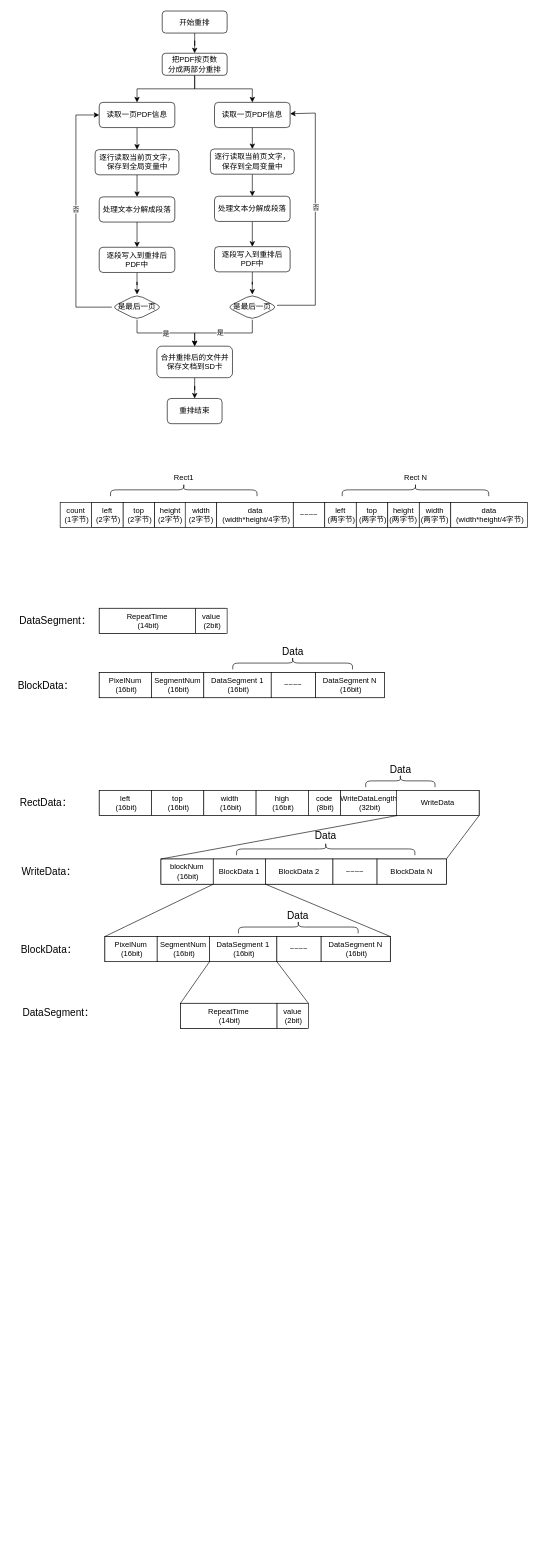
xubinlu/android-journey keeps this draw.io diagram as 两栖手写.drawio. Above is the earlier version. Source tidied: cells renumbered, new cells numbered last; positions are measured from the earlier drawing's top-left corner, leaving out a move shared by most shapes. Both pictures are drawn from the tidied source at 63%, with x=0, y=0 at pixel (11, 11).
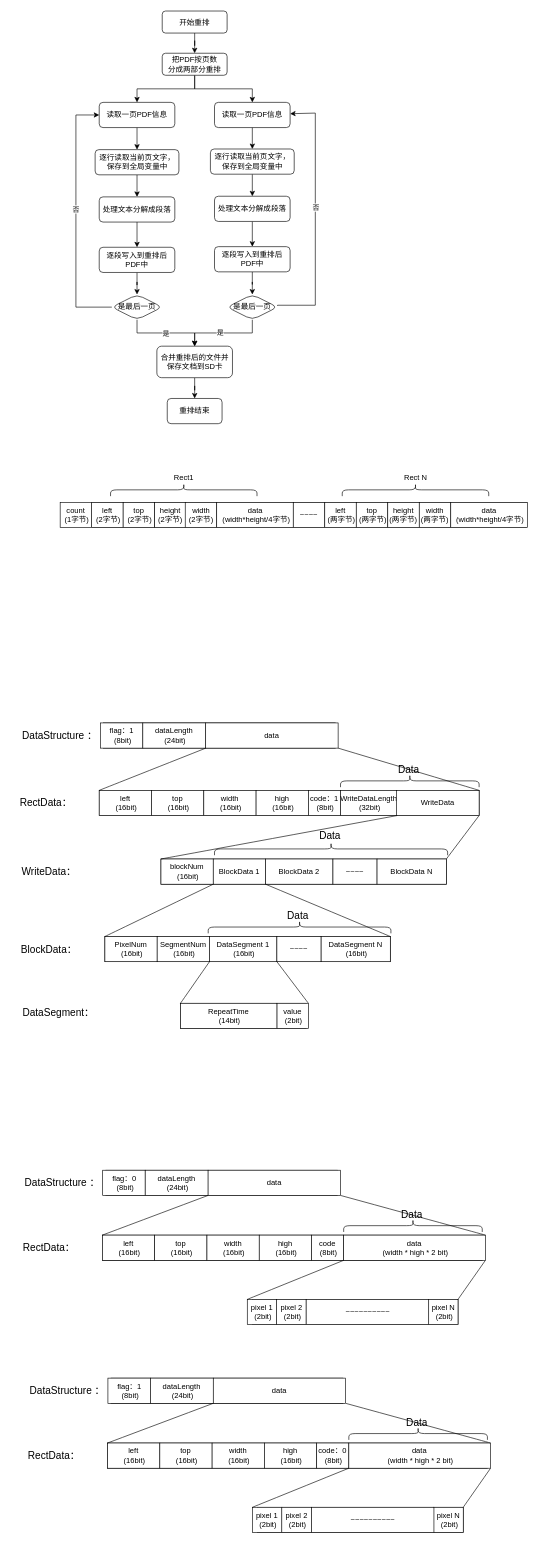
After the change.

Commit message:
更新两栖手写.drawio

Unchanged cells that the change refers to:
```xml
<mxCell id="72" value="&lt;div&gt;left&lt;/div&gt;&lt;div&gt;&amp;nbsp;(16bit)&lt;/div&gt;" style="rounded=0;whiteSpace=wrap;html=1;" parent="1" vertex="1">
  <mxGeometry x="140" y="1237" width="83" height="40" as="geometry" />
</mxCell>
<mxCell id="85" value="&lt;div&gt;WriteData&lt;/div&gt;" style="rounded=0;whiteSpace=wrap;html=1;" parent="1" vertex="1">
  <mxGeometry x="612" y="1237" width="131" height="40" as="geometry" />
</mxCell>
```

Change to the diagram source:
```diff
@@
-    <mxCell id="53" style="rounded=0;whiteSpace=wrap;html=1;" parent="1" vertex="1">
-      <mxGeometry x="140" y="948" width="199.5" height="40" as="geometry" />
-    </mxCell>
-    <mxCell id="54" value="&lt;div&gt;value&lt;/div&gt;&lt;div&gt;&amp;nbsp;(2bit)&lt;/div&gt;" style="rounded=0;whiteSpace=wrap;html=1;" parent="1" vertex="1">
-      <mxGeometry x="293" y="948" width="50" height="40" as="geometry" />
-    </mxCell>
-    <mxCell id="55" value="&lt;div&gt;RepeatTime&lt;/div&gt;&lt;div&gt;&amp;nbsp;(14bit)&lt;/div&gt;" style="rounded=0;whiteSpace=wrap;html=1;" parent="1" vertex="1">
-      <mxGeometry x="140" y="948" width="153" height="40" as="geometry" />
-    </mxCell>
-    <mxCell id="56" value="DataSegment：" style="text;html=1;align=center;verticalAlign=middle;strokeColor=none;fillColor=none;fontSize=16;" parent="1" vertex="1">
-      <mxGeometry y="953" width="140" height="30" as="geometry" />
-    </mxCell>
-    <mxCell id="57" style="rounded=0;whiteSpace=wrap;html=1;" parent="1" vertex="1">
-      <mxGeometry x="140" y="1050" width="453" height="40" as="geometry" />
-    </mxCell>
-    <mxCell id="58" value="&lt;div&gt;PixelNum&lt;/div&gt;&lt;div&gt;&amp;nbsp;(16bit)&lt;/div&gt;" style="rounded=0;whiteSpace=wrap;html=1;" parent="1" vertex="1">
-      <mxGeometry x="140" y="1050" width="83" height="40" as="geometry" />
-    </mxCell>
-    <mxCell id="59" value="BlockData：" style="text;html=1;align=center;verticalAlign=middle;strokeColor=none;fillColor=none;fontSize=16;" parent="1" vertex="1">
-      <mxGeometry y="1055" width="110" height="30" as="geometry" />
-    </mxCell>
-    <mxCell id="60" value="&lt;div&gt;SegmentNum&lt;/div&gt;&lt;div&gt;&amp;nbsp;(16bit)&lt;/div&gt;" style="rounded=0;whiteSpace=wrap;html=1;" parent="1" vertex="1">
-      <mxGeometry x="223" y="1050" width="83" height="40" as="geometry" />
-    </mxCell>
-    <mxCell id="61" value="&lt;div&gt;DataSegment 1&lt;/div&gt;&lt;div&gt;&amp;nbsp;(16bit)&lt;/div&gt;" style="rounded=0;whiteSpace=wrap;html=1;" parent="1" vertex="1">
-      <mxGeometry x="306" y="1050" width="107" height="40" as="geometry" />
-    </mxCell>
-    <mxCell id="62" value="&lt;div&gt;DataSegment N&lt;/div&gt;&lt;div&gt;&amp;nbsp;(16bit)&lt;/div&gt;" style="rounded=0;whiteSpace=wrap;html=1;" parent="1" vertex="1">
-      <mxGeometry x="483" y="1050" width="110" height="40" as="geometry" />
-    </mxCell>
-    <mxCell id="63" value="~~~~" style="rounded=0;whiteSpace=wrap;html=1;" parent="1" vertex="1">
-      <mxGeometry x="413" y="1050" width="70" height="40" as="geometry" />
-    </mxCell>
@@
-    <mxCell id="77" value="&lt;div&gt;code&lt;/div&gt;&lt;div&gt;&amp;nbsp;(8bit)&lt;/div&gt;" style="rounded=0;whiteSpace=wrap;html=1;" parent="1" vertex="1">
+    <mxCell id="77" value="&lt;div&gt;code：1&lt;/div&gt;&lt;div&gt;&amp;nbsp;(8bit)&lt;/div&gt;" style="rounded=0;whiteSpace=wrap;html=1;" parent="1" vertex="1">
       <mxGeometry x="472" y="1237" width="51" height="40" as="geometry" />
     </mxCell>
-    <mxCell id="78" style="shape=curlyBracket;whiteSpace=wrap;html=1;rounded=1;labelPosition=left;verticalLabelPosition=middle;align=right;verticalAlign=middle;rotation=0;direction=south;" parent="1" vertex="1">
-      <mxGeometry x="352" y="1025" width="190" height="20" as="geometry" />
-    </mxCell>
-    <mxCell id="79" value="Data" style="text;html=1;align=center;verticalAlign=middle;strokeColor=none;fillColor=none;fontSize=16;" parent="1" vertex="1">
-      <mxGeometry x="417" y="1001" width="60" height="30" as="geometry" />
-    </mxCell>
     <mxCell id="80" style="shape=curlyBracket;whiteSpace=wrap;html=1;rounded=1;labelPosition=left;verticalLabelPosition=middle;align=right;verticalAlign=middle;rotation=0;direction=south;" parent="1" vertex="1">
-      <mxGeometry x="358" y="1320" width="283" height="20" as="geometry" />
+      <mxGeometry x="323" y="1320" width="370" height="20" as="geometry" />
     </mxCell>
     <mxCell id="81" value="Data" style="text;html=1;align=center;verticalAlign=middle;strokeColor=none;fillColor=none;fontSize=16;" parent="1" vertex="1">
-      <mxGeometry x="468.5" y="1294" width="60" height="30" as="geometry" />
+      <mxGeometry x="475.5" y="1294" width="60" height="30" as="geometry" />
     </mxCell>
     <mxCell id="82" style="shape=curlyBracket;whiteSpace=wrap;html=1;rounded=1;labelPosition=left;verticalLabelPosition=middle;align=right;verticalAlign=middle;rotation=0;direction=south;" parent="1" vertex="1">
-      <mxGeometry x="563" y="1212" width="110" height="20" as="geometry" />
+      <mxGeometry x="523" y="1212" width="220" height="20" as="geometry" />
     </mxCell>
@@
     <mxCell id="84" value="Data" style="text;html=1;align=center;verticalAlign=middle;strokeColor=none;fillColor=none;fontSize=16;" parent="1" vertex="1">
-      <mxGeometry x="588" y="1189" width="60" height="30" as="geometry" />
+      <mxGeometry x="601" y="1189" width="60" height="30" as="geometry" />
     </mxCell>
@@
     <mxCell id="93" style="shape=curlyBracket;whiteSpace=wrap;html=1;rounded=1;labelPosition=left;verticalLabelPosition=middle;align=right;verticalAlign=middle;rotation=0;direction=south;" parent="1" vertex="1">
-      <mxGeometry x="361" y="1444" width="190" height="20" as="geometry" />
+      <mxGeometry x="313" y="1444" width="290" height="20" as="geometry" />
     </mxCell>
@@
+    <mxCell id="105" style="rounded=0;whiteSpace=wrap;html=1;" parent="1" vertex="1">
+      <mxGeometry x="145" y="1943" width="603" height="40" as="geometry" />
+    </mxCell>
+    <mxCell id="106" value="&lt;div&gt;left&lt;/div&gt;&lt;div&gt;&amp;nbsp;(16bit)&lt;/div&gt;" style="rounded=0;whiteSpace=wrap;html=1;" parent="1" vertex="1">
+      <mxGeometry x="145" y="1943" width="83" height="40" as="geometry" />
+    </mxCell>
+    <mxCell id="107" value="RectData：" style="text;html=1;align=center;verticalAlign=middle;strokeColor=none;fillColor=none;fontSize=16;" parent="1" vertex="1">
+      <mxGeometry x="5" y="1948" width="110" height="30" as="geometry" />
+    </mxCell>
+    <mxCell id="108" value="&lt;div&gt;top&lt;/div&gt;&lt;div&gt;&amp;nbsp;(16bit)&lt;/div&gt;" style="rounded=0;whiteSpace=wrap;html=1;" parent="1" vertex="1">
+      <mxGeometry x="228" y="1943" width="83" height="40" as="geometry" />
+    </mxCell>
+    <mxCell id="109" value="&lt;div&gt;width&lt;/div&gt;&lt;div&gt;&amp;nbsp;(16bit)&lt;/div&gt;" style="rounded=0;whiteSpace=wrap;html=1;" parent="1" vertex="1">
+      <mxGeometry x="311" y="1943" width="83" height="40" as="geometry" />
+    </mxCell>
+    <mxCell id="110" value="&lt;div&gt;high&lt;/div&gt;&lt;div&gt;&amp;nbsp;(16bit)&lt;/div&gt;" style="rounded=0;whiteSpace=wrap;html=1;" parent="1" vertex="1">
+      <mxGeometry x="394" y="1943" width="83" height="40" as="geometry" />
+    </mxCell>
+    <mxCell id="111" value="&lt;div&gt;code&lt;/div&gt;&lt;div&gt;&amp;nbsp;(8bit)&lt;/div&gt;" style="rounded=0;whiteSpace=wrap;html=1;" parent="1" vertex="1">
+      <mxGeometry x="477" y="1943" width="51" height="40" as="geometry" />
+    </mxCell>
+    <mxCell id="112" style="shape=curlyBracket;whiteSpace=wrap;html=1;rounded=1;labelPosition=left;verticalLabelPosition=middle;align=right;verticalAlign=middle;rotation=0;direction=south;" parent="1" vertex="1">
+      <mxGeometry x="528" y="1918" width="220" height="20" as="geometry" />
+    </mxCell>
+    <mxCell id="113" value="Data" style="text;html=1;align=center;verticalAlign=middle;strokeColor=none;fillColor=none;fontSize=16;" parent="1" vertex="1">
+      <mxGeometry x="606" y="1895" width="60" height="30" as="geometry" />
+    </mxCell>
+    <mxCell id="114" value="&lt;div&gt;data&lt;/div&gt;&lt;div&gt;&amp;nbsp;(width * high * 2 bit)&lt;/div&gt;" style="rounded=0;whiteSpace=wrap;html=1;" parent="1" vertex="1">
+      <mxGeometry x="528" y="1943" width="225" height="40" as="geometry" />
+    </mxCell>
+    <mxCell id="115" style="rounded=0;whiteSpace=wrap;html=1;" parent="1" vertex="1">
+      <mxGeometry x="383" y="2045" width="326.5" height="40" as="geometry" />
+    </mxCell>
+    <mxCell id="116" value="&lt;div&gt;pixel 1&lt;/div&gt;&lt;div&gt;&amp;nbsp;(2bit)&lt;/div&gt;" style="rounded=0;whiteSpace=wrap;html=1;" parent="1" vertex="1">
+      <mxGeometry x="375" y="2045" width="47" height="40" as="geometry" />
+    </mxCell>
+    <mxCell id="117" value="&lt;div&gt;pixel 2&lt;/div&gt;&lt;div&gt;&amp;nbsp;(2bit)&lt;/div&gt;" style="rounded=0;whiteSpace=wrap;html=1;" parent="1" vertex="1">
+      <mxGeometry x="421.5" y="2045" width="47" height="40" as="geometry" />
+    </mxCell>
+    <mxCell id="118" value="&lt;div&gt;pixel N&lt;/div&gt;&lt;div&gt;&amp;nbsp;(2bit)&lt;/div&gt;" style="rounded=0;whiteSpace=wrap;html=1;" parent="1" vertex="1">
+      <mxGeometry x="662.5" y="2045" width="47" height="40" as="geometry" />
+    </mxCell>
+    <mxCell id="119" style="endArrow=none;html=1;rounded=0;fontSize=12;startSize=8;endSize=8;curved=1;exitX=0;exitY=0;exitDx=0;exitDy=0;entryX=0;entryY=1;entryDx=0;entryDy=0;" parent="1" edge="1" source="116" target="114">
+      <mxGeometry relative="1" as="geometry" />
+    </mxCell>
+    <mxCell id="120" style="endArrow=none;html=1;rounded=0;fontSize=12;startSize=8;endSize=8;curved=1;entryX=1;entryY=1;entryDx=0;entryDy=0;exitX=1;exitY=0;exitDx=0;exitDy=0;" parent="1" edge="1" source="118" target="114">
+      <mxGeometry relative="1" as="geometry" />
+    </mxCell>
+    <mxCell id="121" value="&lt;div&gt;~~~~~~~~~~&lt;/div&gt;" style="rounded=0;whiteSpace=wrap;html=1;" parent="1" vertex="1">
+      <mxGeometry x="468.5" y="2045" width="194.5" height="40" as="geometry" />
+    </mxCell>
+    <mxCell id="122" style="rounded=0;whiteSpace=wrap;html=1;" parent="1" vertex="1">
+      <mxGeometry x="150.5" y="1840" width="368" height="40" as="geometry" />
+    </mxCell>
+    <mxCell id="123" value="&lt;div&gt;flag：0&lt;/div&gt;&lt;div&gt;&amp;nbsp;(8bit)&lt;/div&gt;" style="rounded=0;whiteSpace=wrap;html=1;" parent="1" vertex="1">
+      <mxGeometry x="145.5" y="1840" width="67.5" height="40" as="geometry" />
+    </mxCell>
+    <mxCell id="124" value="DataStructure ：" style="text;html=1;align=center;verticalAlign=middle;strokeColor=none;fillColor=none;fontSize=16;" parent="1" vertex="1">
+      <mxGeometry x="10.5" y="1845" width="140" height="30" as="geometry" />
+    </mxCell>
+    <mxCell id="125" value="&lt;div&gt;dataLength&lt;/div&gt;&lt;div&gt;&amp;nbsp;(24bit)&lt;/div&gt;" style="rounded=0;whiteSpace=wrap;html=1;" parent="1" vertex="1">
+      <mxGeometry x="213" y="1840" width="100" height="40" as="geometry" />
+    </mxCell>
+    <mxCell id="126" value="&lt;div&gt;data&lt;/div&gt;" style="rounded=0;whiteSpace=wrap;html=1;" parent="1" vertex="1">
+      <mxGeometry x="312.8" y="1840" width="210.2" height="40" as="geometry" />
+    </mxCell>
+    <mxCell id="127" style="endArrow=none;html=1;rounded=0;fontSize=12;startSize=8;endSize=8;curved=1;exitX=0;exitY=0;exitDx=0;exitDy=0;entryX=0;entryY=1;entryDx=0;entryDy=0;" parent="1" edge="1" source="106" target="126">
+      <mxGeometry relative="1" as="geometry" />
+    </mxCell>
+    <mxCell id="128" style="endArrow=none;html=1;rounded=0;fontSize=12;startSize=8;endSize=8;curved=1;exitX=1;exitY=0;exitDx=0;exitDy=0;entryX=1;entryY=1;entryDx=0;entryDy=0;" parent="1" edge="1" source="114" target="126">
+      <mxGeometry relative="1" as="geometry" />
+    </mxCell>
+    <mxCell id="129" style="rounded=0;whiteSpace=wrap;html=1;" parent="1" vertex="1">
+      <mxGeometry x="153.2" y="2273" width="603" height="40" as="geometry" />
+    </mxCell>
+    <mxCell id="130" value="&lt;div&gt;left&lt;/div&gt;&lt;div&gt;&amp;nbsp;(16bit)&lt;/div&gt;" style="rounded=0;whiteSpace=wrap;html=1;" parent="1" vertex="1">
+      <mxGeometry x="153.2" y="2273" width="83" height="40" as="geometry" />
+    </mxCell>
+    <mxCell id="131" value="RectData：" style="text;html=1;align=center;verticalAlign=middle;strokeColor=none;fillColor=none;fontSize=16;" parent="1" vertex="1">
+      <mxGeometry x="13.2" y="2278" width="110" height="30" as="geometry" />
+    </mxCell>
+    <mxCell id="132" value="&lt;div&gt;top&lt;/div&gt;&lt;div&gt;&amp;nbsp;(16bit)&lt;/div&gt;" style="rounded=0;whiteSpace=wrap;html=1;" parent="1" vertex="1">
+      <mxGeometry x="236.2" y="2273" width="83" height="40" as="geometry" />
+    </mxCell>
+    <mxCell id="133" value="&lt;div&gt;width&lt;/div&gt;&lt;div&gt;&amp;nbsp;(16bit)&lt;/div&gt;" style="rounded=0;whiteSpace=wrap;html=1;" parent="1" vertex="1">
+      <mxGeometry x="319.2" y="2273" width="83" height="40" as="geometry" />
+    </mxCell>
+    <mxCell id="134" value="&lt;div&gt;high&lt;/div&gt;&lt;div&gt;&amp;nbsp;(16bit)&lt;/div&gt;" style="rounded=0;whiteSpace=wrap;html=1;" parent="1" vertex="1">
+      <mxGeometry x="402.2" y="2273" width="83" height="40" as="geometry" />
+    </mxCell>
+    <mxCell id="135" value="&lt;div&gt;code：0&lt;/div&gt;&lt;div&gt;&amp;nbsp;(8bit)&lt;/div&gt;" style="rounded=0;whiteSpace=wrap;html=1;" parent="1" vertex="1">
+      <mxGeometry x="485.2" y="2273" width="51" height="40" as="geometry" />
+    </mxCell>
+    <mxCell id="136" style="shape=curlyBracket;whiteSpace=wrap;html=1;rounded=1;labelPosition=left;verticalLabelPosition=middle;align=right;verticalAlign=middle;rotation=0;direction=south;" parent="1" vertex="1">
+      <mxGeometry x="536.2" y="2248" width="220" height="20" as="geometry" />
+    </mxCell>
+    <mxCell id="137" value="Data" style="text;html=1;align=center;verticalAlign=middle;strokeColor=none;fillColor=none;fontSize=16;" parent="1" vertex="1">
+      <mxGeometry x="614.2" y="2225" width="60" height="30" as="geometry" />
+    </mxCell>
+    <mxCell id="138" value="&lt;div&gt;data&lt;/div&gt;&lt;div&gt;&amp;nbsp;(width * high * 2 bit)&lt;/div&gt;" style="rounded=0;whiteSpace=wrap;html=1;" parent="1" vertex="1">
+      <mxGeometry x="536.2" y="2273" width="225" height="40" as="geometry" />
+    </mxCell>
+    <mxCell id="139" style="rounded=0;whiteSpace=wrap;html=1;" parent="1" vertex="1">
+      <mxGeometry x="391.2" y="2375" width="326.5" height="40" as="geometry" />
+    </mxCell>
+    <mxCell id="140" value="&lt;div&gt;pixel 1&lt;/div&gt;&lt;div&gt;&amp;nbsp;(2bit)&lt;/div&gt;" style="rounded=0;whiteSpace=wrap;html=1;" parent="1" vertex="1">
+      <mxGeometry x="383.2" y="2375" width="47" height="40" as="geometry" />
+    </mxCell>
+    <mxCell id="141" value="&lt;div&gt;pixel 2&lt;/div&gt;&lt;div&gt;&amp;nbsp;(2bit)&lt;/div&gt;" style="rounded=0;whiteSpace=wrap;html=1;" parent="1" vertex="1">
+      <mxGeometry x="429.8" y="2375" width="47" height="40" as="geometry" />
+    </mxCell>
+    <mxCell id="142" value="&lt;div&gt;pixel N&lt;/div&gt;&lt;div&gt;&amp;nbsp;(2bit)&lt;/div&gt;" style="rounded=0;whiteSpace=wrap;html=1;" parent="1" vertex="1">
+      <mxGeometry x="670.8" y="2375" width="47" height="40" as="geometry" />
+    </mxCell>
+    <mxCell id="143" style="endArrow=none;html=1;rounded=0;fontSize=12;startSize=8;endSize=8;curved=1;exitX=0;exitY=0;exitDx=0;exitDy=0;entryX=0;entryY=1;entryDx=0;entryDy=0;" parent="1" edge="1" source="140" target="138">
+      <mxGeometry relative="1" as="geometry" />
+    </mxCell>
+    <mxCell id="144" style="endArrow=none;html=1;rounded=0;fontSize=12;startSize=8;endSize=8;curved=1;entryX=1;entryY=1;entryDx=0;entryDy=0;exitX=1;exitY=0;exitDx=0;exitDy=0;" parent="1" edge="1" source="142" target="138">
+      <mxGeometry relative="1" as="geometry" />
+    </mxCell>
+    <mxCell id="145" value="&lt;div&gt;~~~~~~~~~~&lt;/div&gt;" style="rounded=0;whiteSpace=wrap;html=1;" parent="1" vertex="1">
+      <mxGeometry x="476.8" y="2375" width="194.5" height="40" as="geometry" />
+    </mxCell>
+    <mxCell id="146" style="rounded=0;whiteSpace=wrap;html=1;" parent="1" vertex="1">
+      <mxGeometry x="158.8" y="2170" width="368" height="40" as="geometry" />
+    </mxCell>
+    <mxCell id="147" value="&lt;div&gt;flag：1&lt;/div&gt;&lt;div&gt;&amp;nbsp;(8bit)&lt;/div&gt;" style="rounded=0;whiteSpace=wrap;html=1;" parent="1" vertex="1">
+      <mxGeometry x="153.8" y="2170" width="67.5" height="40" as="geometry" />
+    </mxCell>
+    <mxCell id="148" value="DataStructure ：" style="text;html=1;align=center;verticalAlign=middle;strokeColor=none;fillColor=none;fontSize=16;" parent="1" vertex="1">
+      <mxGeometry x="18.8" y="2175" width="140" height="30" as="geometry" />
+    </mxCell>
+    <mxCell id="149" value="&lt;div&gt;dataLength&lt;/div&gt;&lt;div&gt;&amp;nbsp;(24bit)&lt;/div&gt;" style="rounded=0;whiteSpace=wrap;html=1;" parent="1" vertex="1">
+      <mxGeometry x="221.2" y="2170" width="100" height="40" as="geometry" />
+    </mxCell>
+    <mxCell id="150" value="&lt;div&gt;data&lt;/div&gt;" style="rounded=0;whiteSpace=wrap;html=1;" parent="1" vertex="1">
+      <mxGeometry x="321" y="2170" width="210.2" height="40" as="geometry" />
+    </mxCell>
+    <mxCell id="151" style="endArrow=none;html=1;rounded=0;fontSize=12;startSize=8;endSize=8;curved=1;exitX=0;exitY=0;exitDx=0;exitDy=0;entryX=0;entryY=1;entryDx=0;entryDy=0;" parent="1" edge="1" source="130" target="150">
+      <mxGeometry relative="1" as="geometry" />
+    </mxCell>
+    <mxCell id="152" style="endArrow=none;html=1;rounded=0;fontSize=12;startSize=8;endSize=8;curved=1;exitX=1;exitY=0;exitDx=0;exitDy=0;entryX=1;entryY=1;entryDx=0;entryDy=0;" parent="1" edge="1" source="138" target="150">
+      <mxGeometry relative="1" as="geometry" />
+    </mxCell>
+    <mxCell id="153" style="rounded=0;whiteSpace=wrap;html=1;" parent="1" vertex="1">
+      <mxGeometry x="146.8" y="1130" width="368" height="40" as="geometry" />
+    </mxCell>
+    <mxCell id="154" value="&lt;div&gt;flag：1&lt;/div&gt;&lt;div&gt;&amp;nbsp;(8bit)&lt;/div&gt;" style="rounded=0;whiteSpace=wrap;html=1;" parent="1" vertex="1">
+      <mxGeometry x="141.8" y="1130" width="67.5" height="40" as="geometry" />
+    </mxCell>
+    <mxCell id="155" value="DataStructure ：" style="text;html=1;align=center;verticalAlign=middle;strokeColor=none;fillColor=none;fontSize=16;" parent="1" vertex="1">
+      <mxGeometry x="6.8" y="1135" width="140" height="30" as="geometry" />
+    </mxCell>
+    <mxCell id="156" value="&lt;div&gt;dataLength&lt;/div&gt;&lt;div&gt;&amp;nbsp;(24bit)&lt;/div&gt;" style="rounded=0;whiteSpace=wrap;html=1;" parent="1" vertex="1">
+      <mxGeometry x="209.2" y="1130" width="100" height="40" as="geometry" />
+    </mxCell>
+    <mxCell id="157" value="&lt;div&gt;data&lt;/div&gt;" style="rounded=0;whiteSpace=wrap;html=1;" parent="1" vertex="1">
+      <mxGeometry x="309" y="1130" width="210.2" height="40" as="geometry" />
+    </mxCell>
+    <mxCell id="158" style="endArrow=none;html=1;rounded=0;fontSize=12;startSize=8;endSize=8;curved=1;entryX=1;entryY=1;entryDx=0;entryDy=0;exitX=0;exitY=0;exitDx=0;exitDy=0;" parent="1" edge="1" source="72" target="156">
+      <mxGeometry relative="1" as="geometry" />
+    </mxCell>
+    <mxCell id="159" style="endArrow=none;html=1;rounded=0;fontSize=12;startSize=8;endSize=8;curved=1;entryX=1;entryY=1;entryDx=0;entryDy=0;exitX=1;exitY=0;exitDx=0;exitDy=0;" parent="1" edge="1" source="85" target="157">
+      <mxGeometry relative="1" as="geometry" />
+    </mxCell>
```
